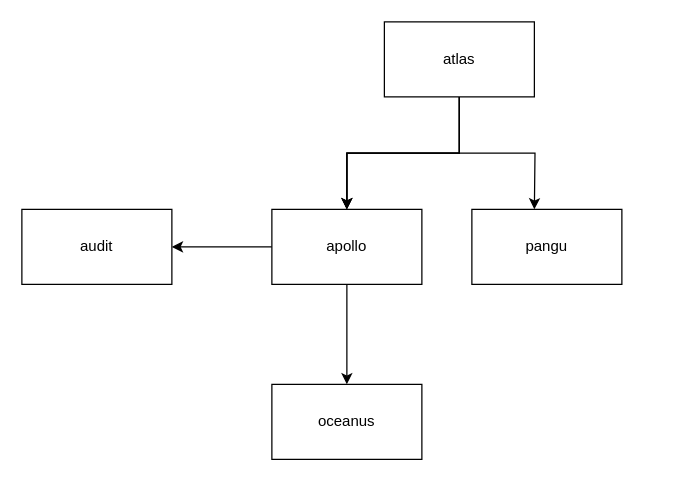
The draw.io diagram 小程序组件化.drawio in yindongjun/drawio-3, before the edit. Source tidied: cells renumbered, new cells numbered last; positions are measured from the earlier drawing's top-left corner, leaving out a move shared by most shapes. Both pictures are drawn from the tidied source at 125%, with x=0, y=0 at pixel (21, 21).
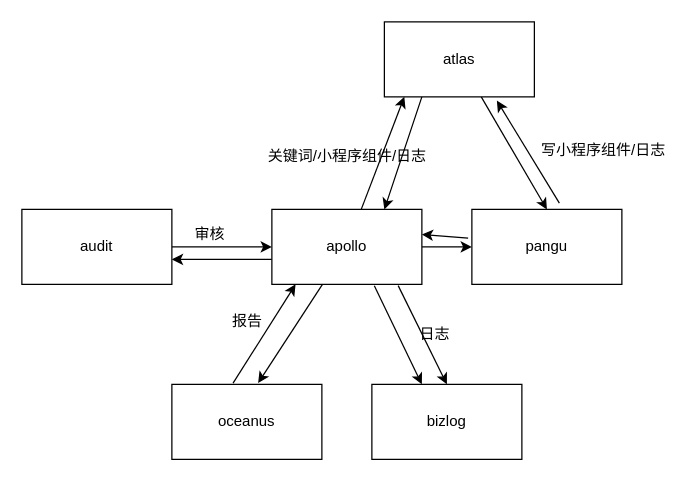
After the change.

Commit message (it also covers changes not shown here):
Update 小程序组件化.drawio

Unchanged cells that the change refers to:
```xml
<mxCell id="6" value="atlas" style="rounded=0;whiteSpace=wrap;html=1;" parent="1" vertex="1">
  <mxGeometry x="290" width="120" height="60" as="geometry" />
</mxCell>
<mxCell id="9" value="apollo" style="rounded=0;whiteSpace=wrap;html=1;" parent="1" vertex="1">
  <mxGeometry x="200" y="150" width="120" height="60" as="geometry" />
</mxCell>
<mxCell id="10" value="pangu" style="rounded=0;whiteSpace=wrap;html=1;" parent="1" vertex="1">
  <mxGeometry x="360" y="150" width="120" height="60" as="geometry" />
</mxCell>
<mxCell id="12" value="audit" style="rounded=0;whiteSpace=wrap;html=1;" parent="1" vertex="1">
  <mxGeometry y="150" width="120" height="60" as="geometry" />
</mxCell>
```

Diff of the diagram source:
```diff
@@
-    <mxCell id="2" style="edgeStyle=orthogonalEdgeStyle;rounded=0;jettySize=auto;html=1;" parent="1" edge="1" source="6" target="9">
-      <mxGeometry relative="1" as="geometry" />
-    </mxCell>
-    <mxCell id="3" style="edgeStyle=orthogonalEdgeStyle;rounded=0;jettySize=auto;html=1;" parent="1" edge="1" source="6" target="9">
-      <mxGeometry relative="1" as="geometry" />
-    </mxCell>
-    <mxCell id="4" style="edgeStyle=orthogonalEdgeStyle;rounded=0;jettySize=auto;html=1;" parent="1" edge="1" source="6" target="9">
+    <mxCell id="4" style="rounded=0;jettySize=auto;html=1;entryX=0.75;entryY=0;entryDx=0;entryDy=0;exitX=0.25;exitY=1;exitDx=0;exitDy=0;" parent="1" edge="1" source="6" target="9">
       <mxGeometry relative="1" as="geometry" />
     </mxCell>
-    <mxCell id="5" style="edgeStyle=orthogonalEdgeStyle;rounded=0;jettySize=auto;html=1;" parent="1" edge="1" source="6">
-      <mxGeometry relative="1" as="geometry">
-        <mxPoint x="410" y="150" as="targetPoint" />
-      </mxGeometry>
-    </mxCell>
+    <mxCell id="13" style="edgeStyle=none;rounded=0;jettySize=auto;html=1;entryX=0.5;entryY=0;entryDx=0;entryDy=0;" parent="1" edge="1" source="6" target="10">
+      <mxGeometry relative="1" as="geometry" />
+    </mxCell>
@@
+    <mxCell id="8" style="edgeStyle=orthogonalEdgeStyle;rounded=0;jettySize=auto;html=1;" parent="1" edge="1" source="9" target="12">
+      <mxGeometry relative="1" as="geometry">
+        <Array as="points">
+          <mxPoint x="160" y="190" />
+          <mxPoint x="160" y="190" />
+        </Array>
+      </mxGeometry>
+    </mxCell>
+    <mxCell id="14" style="edgeStyle=none;rounded=0;jettySize=auto;html=1;entryX=0.133;entryY=1;entryDx=0;entryDy=0;entryPerimeter=0;" parent="1" edge="1" source="9" target="6">
+      <mxGeometry relative="1" as="geometry" />
+    </mxCell>
-    <mxCell id="7" style="edgeStyle=orthogonalEdgeStyle;rounded=0;jettySize=auto;html=1;" parent="1" edge="1" source="9" target="11">
+    <mxCell id="7" style="edgeStyle=none;rounded=0;jettySize=auto;html=1;entryX=0.575;entryY=-0.017;entryDx=0;entryDy=0;entryPerimeter=0;" parent="1" edge="1" source="9" target="11">
       <mxGeometry relative="1" as="geometry" />
     </mxCell>
-    <mxCell id="8" style="edgeStyle=orthogonalEdgeStyle;rounded=0;jettySize=auto;html=1;" parent="1" edge="1" source="9" target="12">
-      <mxGeometry relative="1" as="geometry" />
-    </mxCell>
+    <mxCell id="15" style="edgeStyle=none;rounded=0;jettySize=auto;html=1;entryX=0.5;entryY=0;entryDx=0;entryDy=0;exitX=0.842;exitY=1.017;exitDx=0;exitDy=0;exitPerimeter=0;" parent="1" edge="1" source="9" target="22">
+      <mxGeometry relative="1" as="geometry" />
+    </mxCell>
+    <mxCell id="16" style="edgeStyle=none;rounded=0;jettySize=auto;html=1;entryX=0.333;entryY=0;entryDx=0;entryDy=0;entryPerimeter=0;exitX=0.683;exitY=1.017;exitDx=0;exitDy=0;exitPerimeter=0;" parent="1" edge="1" source="9" target="22">
+      <mxGeometry relative="1" as="geometry" />
+    </mxCell>
+    <mxCell id="17" style="edgeStyle=none;rounded=0;jettySize=auto;html=1;entryX=0;entryY=0.5;entryDx=0;entryDy=0;" parent="1" edge="1" source="9" target="10">
+      <mxGeometry relative="1" as="geometry" />
+    </mxCell>
@@
+    <mxCell id="18" style="edgeStyle=none;rounded=0;orthogonalLoop=1;jettySize=auto;html=1;" parent="1" edge="1">
+      <mxGeometry relative="1" as="geometry">
+        <mxPoint x="430" y="145" as="sourcePoint" />
+        <mxPoint x="380" y="63" as="targetPoint" />
+      </mxGeometry>
+    </mxCell>
+    <mxCell id="19" style="edgeStyle=none;rounded=0;jettySize=auto;html=1;exitX=-0.025;exitY=0.383;exitDx=0;exitDy=0;exitPerimeter=0;" parent="1" edge="1" source="10">
+      <mxGeometry relative="1" as="geometry">
+        <mxPoint x="320" y="170" as="targetPoint" />
+      </mxGeometry>
+    </mxCell>
@@
+    <mxCell id="20" style="edgeStyle=none;rounded=0;jettySize=auto;html=1;entryX=0.158;entryY=1;entryDx=0;entryDy=0;entryPerimeter=0;exitX=0.408;exitY=-0.017;exitDx=0;exitDy=0;exitPerimeter=0;" parent="1" edge="1" source="11" target="9">
+      <mxGeometry relative="1" as="geometry" />
+    </mxCell>
     <mxCell id="11" value="oceanus" style="rounded=0;whiteSpace=wrap;html=1;" parent="1" vertex="1">
-      <mxGeometry x="200" y="290" width="120" height="60" as="geometry" />
+      <mxGeometry x="120" y="290" width="120" height="60" as="geometry" />
     </mxCell>
+    <mxCell id="21" style="edgeStyle=none;rounded=0;jettySize=auto;html=1;entryX=0;entryY=0.5;entryDx=0;entryDy=0;" parent="1" edge="1" source="12" target="9">
+      <mxGeometry relative="1" as="geometry" />
+    </mxCell>
@@
+    <mxCell id="22" value="bizlog" style="rounded=0;whiteSpace=wrap;html=1;" parent="1" vertex="1">
+      <mxGeometry x="280" y="290" width="120" height="60" as="geometry" />
+    </mxCell>
+    <mxCell id="23" value="&lt;br&gt;关键词/小程序组件/日志" style="text;html=1;align=center;verticalAlign=middle;strokeColor=none;" parent="1" vertex="1">
+      <mxGeometry x="190" y="85" width="140" height="30" as="geometry" />
+    </mxCell>
+    <mxCell id="24" value="&lt;br&gt;写小程序组件/日志" style="text;html=1;align=center;verticalAlign=middle;strokeColor=none;" parent="1" vertex="1">
+      <mxGeometry x="410" y="80" width="110" height="30" as="geometry" />
+    </mxCell>
+    <mxCell id="25" value="审核" style="text;html=1;align=center;verticalAlign=middle;strokeColor=none;" parent="1" vertex="1">
+      <mxGeometry x="130" y="160" width="40" height="20" as="geometry" />
+    </mxCell>
+    <mxCell id="26" value="报告" style="text;html=1;align=center;verticalAlign=middle;strokeColor=none;" parent="1" vertex="1">
+      <mxGeometry x="160" y="230" width="40" height="20" as="geometry" />
+    </mxCell>
+    <mxCell id="27" value="日志" style="text;html=1;align=center;verticalAlign=middle;strokeColor=none;" parent="1" vertex="1">
+      <mxGeometry x="310" y="240" width="40" height="20" as="geometry" />
+    </mxCell>
```
